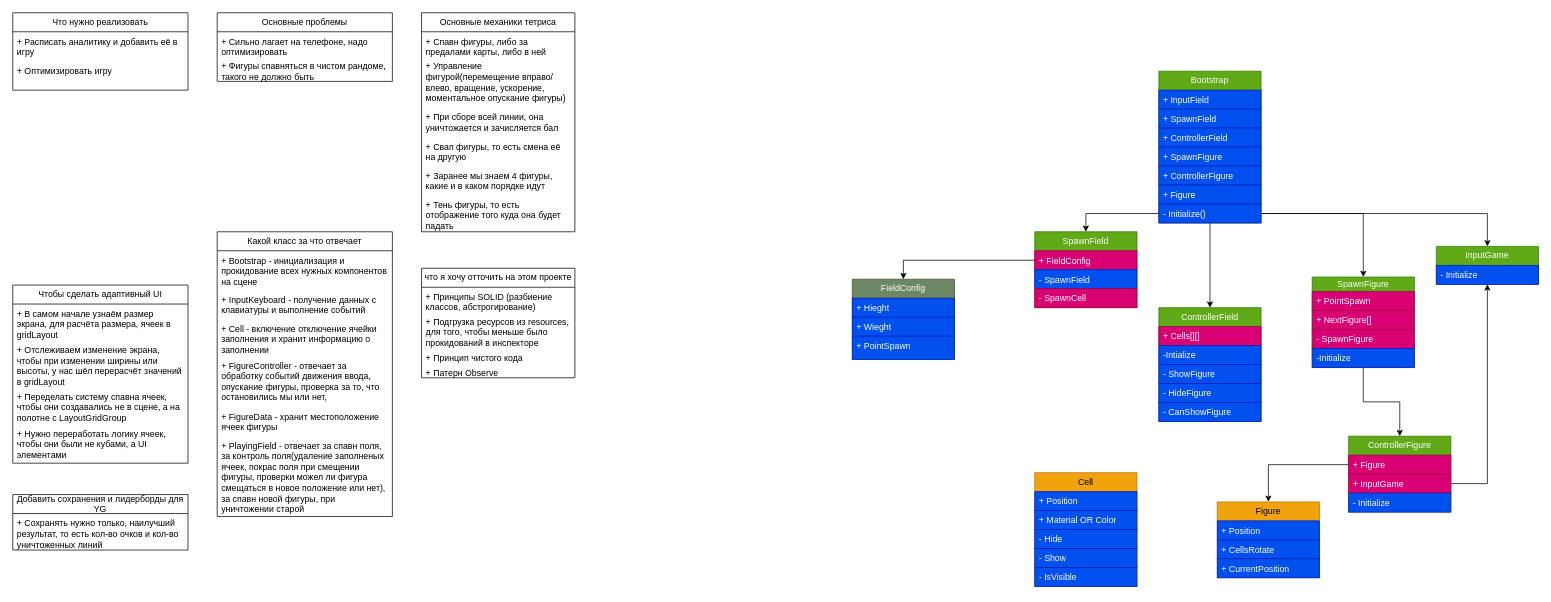
Earlier version of the draw.io diagram TetrisGame.drawio (Bablakov/Tetris). Source tidied: cells renumbered, new cells numbered last; positions are measured from the earlier drawing's top-left corner, leaving out a move shared by most shapes. Both pictures are drawn from the tidied source at 73%, with x=0, y=0 at pixel (12, 12).
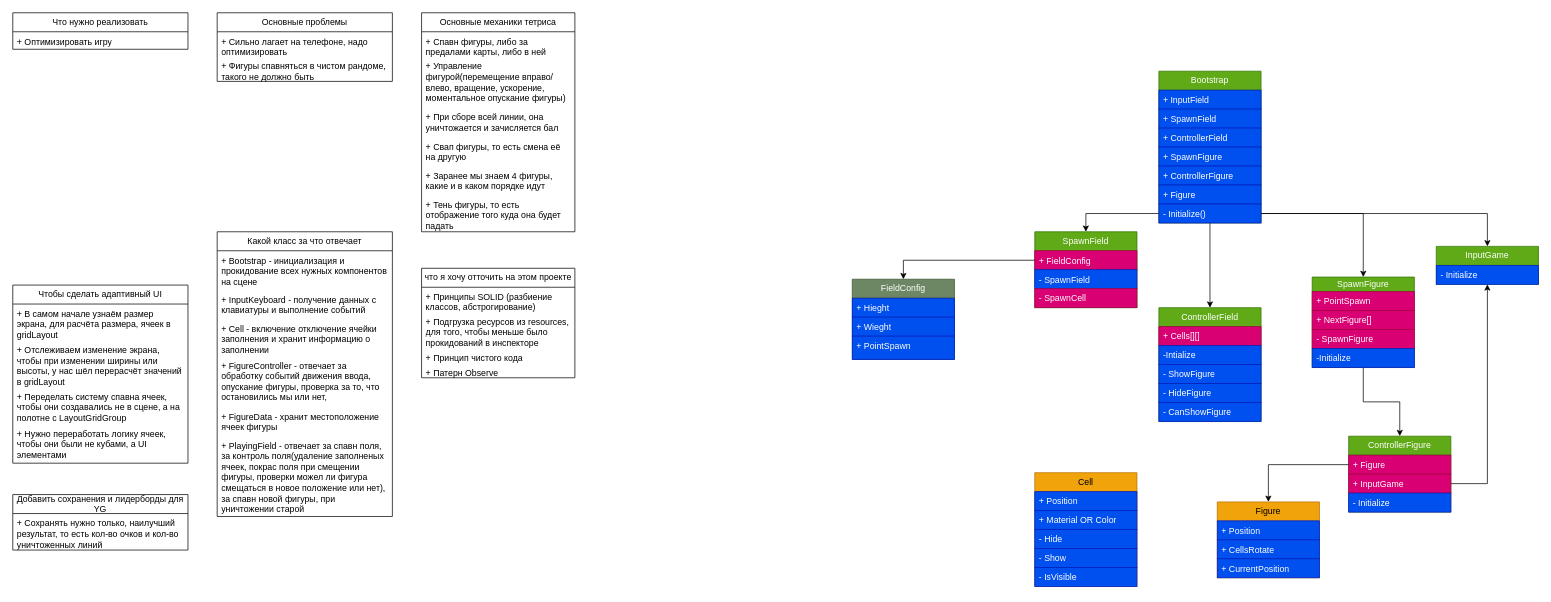
The same diagram, later.

The edit, as a diff of the source:
```diff
@@
     <mxCell id="2" value="Что нужно реализовать" style="swimlane;fontStyle=0;horizontal=1;startSize=26;fillColor=none;whiteSpace=wrap;html=1;" parent="1" vertex="1">
-      <mxGeometry width="240" height="106" as="geometry" />
+      <mxGeometry width="240" height="50" as="geometry" />
     </mxCell>
-    <mxCell id="3" value="+ Расписать аналитику и добавить её в игру" style="text;strokeColor=none;fillColor=none;align=left;verticalAlign=top;spacingLeft=4;spacingRight=4;overflow=hidden;whiteSpace=wrap;html=1;" parent="2" vertex="1">
-      <mxGeometry y="26" width="240" height="40" as="geometry" />
-    </mxCell>
     <mxCell id="4" value="+ Оптимизировать игру" style="text;strokeColor=none;fillColor=none;align=left;verticalAlign=top;spacingLeft=4;spacingRight=4;overflow=hidden;whiteSpace=wrap;html=1;" parent="2" vertex="1">
-      <mxGeometry y="66" width="240" height="40" as="geometry" />
+      <mxGeometry y="26" width="240" height="24" as="geometry" />
     </mxCell>
```
